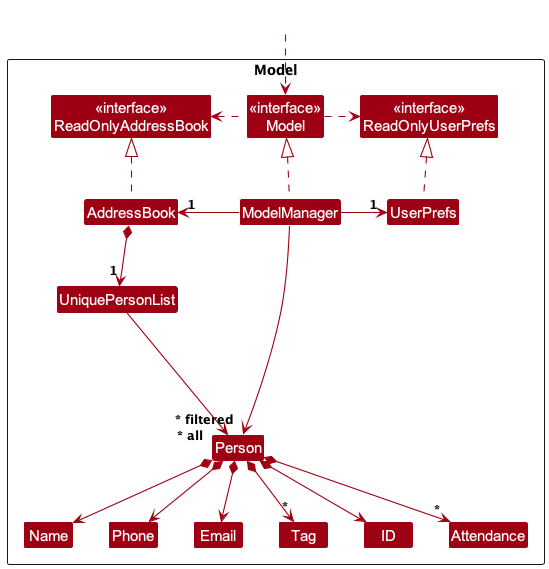
Earlier version of the PlantUML export docs/images/ModelClassDiagram.png (nus-cs2103-AY2324S1/tp).
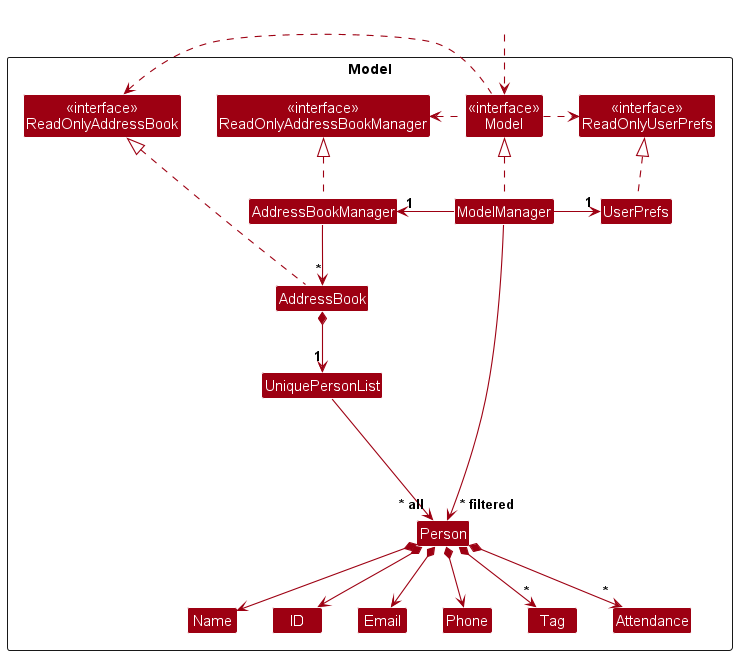
The same diagram one commit later.

Commit message:
Edit model class diagram

The edit, as a diff of the source:
```diff
@@ -6,19 +6,21 @@
 
 Package Model as ModelPackage <<Rectangle>>{
 Class "<<interface>>\nReadOnlyAddressBook" as ReadOnlyAddressBook
+Class "<<interface>>\nReadOnlyAddressBookManager" as ReadOnlyAddressBookManager
 Class "<<interface>>\nReadOnlyUserPrefs" as ReadOnlyUserPrefs
 Class "<<interface>>\nModel" as Model
 Class AddressBook
+Class AddressBookManager
 Class ModelManager
 Class UserPrefs
 
 Class UniquePersonList
 Class Person
+Class ID
 Class Email
 Class Name
 Class Phone
 Class Tag
-Class ID
 Class Attendance
 
 Class I #FFFFFF
@@ -28,12 +30,15 @@
 HiddenOutside ..> Model
 
 AddressBook .up.|> ReadOnlyAddressBook
+AddressBookManager .up.|> ReadOnlyAddressBookManager
 
 ModelManager .up.|> Model
 Model .right.> ReadOnlyUserPrefs
+Model .left.> ReadOnlyAddressBookManager
 Model .left.> ReadOnlyAddressBook
-ModelManager -left-> "1" AddressBook
+ModelManager -left-> "1" AddressBookManager
 ModelManager -right-> "1" UserPrefs
+AddressBookManager -down-> "*" AddressBook
 UserPrefs .up.|> ReadOnlyUserPrefs
 
 AddressBook *--> "1" UniquePersonList
@@ -41,14 +46,14 @@
 Person *--> Name
 Person *--> Phone
 Person *--> Email
-Person *--> "*" Tag
 Person *--> ID
 Person *--> "*" Attendance
+Person *--> "*" Tag
 
 Person -[hidden]up--> I
 UniquePersonList -[hidden]right-> I
 
-Name -[hidden]right-> Phone
+Name -[hidden]right-> ID
 
 ModelManager --> "~* filtered" Person
 @enduml
```
